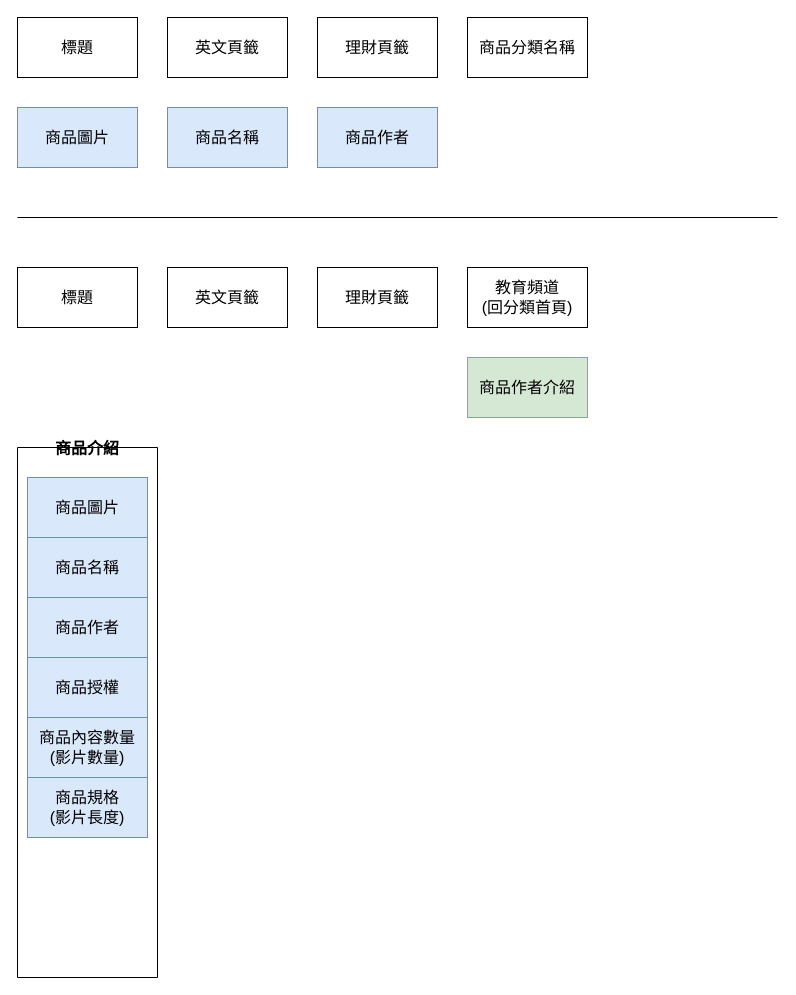
Cadmus-design/Diagrams keeps this draw.io diagram as 知識_影音教學.drawio. Above is the earlier version. Source tidied: cells renumbered, new cells numbered last; positions are measured from the earlier drawing's top-left corner, leaving out a move shared by most shapes. Both pictures are drawn from the tidied source at 100%, with x=0, y=0 at pixel (17, 17).
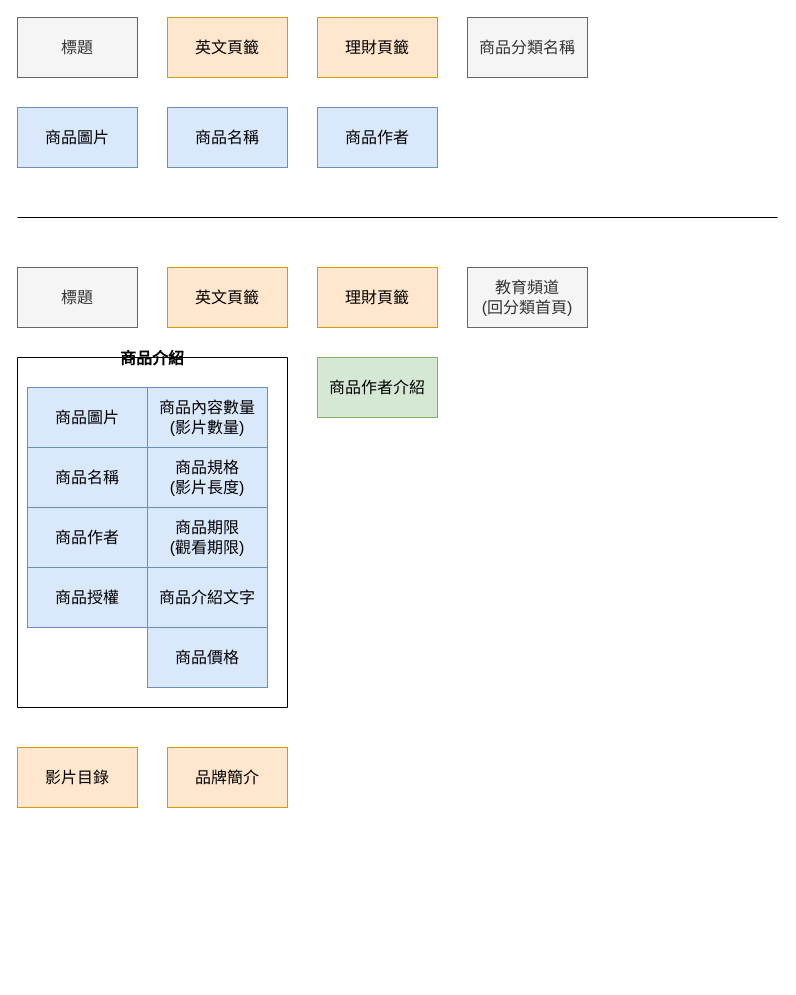
After the change.

Commit message (it also covers changes not shown here):
Update 知識_影音教學.drawio

Diff of the diagram source:
```diff
@@
-    <mxCell id="2" value="標題" style="rounded=0;whiteSpace=wrap;html=1;fontSize=16;" parent="1" vertex="1">
+    <mxCell id="2" value="標題" style="rounded=0;whiteSpace=wrap;html=1;fontSize=16;fillColor=#f5f5f5;fontColor=#333333;strokeColor=#666666;" parent="1" vertex="1">
       <mxGeometry width="120" height="60" as="geometry" />
     </mxCell>
-    <mxCell id="3" value="理財頁籤" style="rounded=0;whiteSpace=wrap;html=1;fontSize=16;" parent="1" vertex="1">
+    <mxCell id="3" value="理財頁籤" style="rounded=0;whiteSpace=wrap;html=1;fontSize=16;fillColor=#ffe6cc;strokeColor=#d79b00;" parent="1" vertex="1">
       <mxGeometry x="300" width="120" height="60" as="geometry" />
     </mxCell>
-    <mxCell id="4" value="英文頁籤" style="rounded=0;whiteSpace=wrap;html=1;fontSize=16;" parent="1" vertex="1">
+    <mxCell id="4" value="英文頁籤" style="rounded=0;whiteSpace=wrap;html=1;fontSize=16;fillColor=#ffe6cc;strokeColor=#d79b00;" parent="1" vertex="1">
       <mxGeometry x="150" width="120" height="60" as="geometry" />
     </mxCell>
-    <mxCell id="5" value="&lt;div&gt;教育頻道&lt;/div&gt;&lt;div&gt;(回分類首頁)&lt;br&gt;&lt;/div&gt;" style="rounded=0;whiteSpace=wrap;html=1;fontSize=16;" parent="1" vertex="1">
+    <mxCell id="5" value="&lt;div&gt;教育頻道&lt;/div&gt;&lt;div&gt;(回分類首頁)&lt;br&gt;&lt;/div&gt;" style="rounded=0;whiteSpace=wrap;html=1;fontSize=16;fillColor=#f5f5f5;fontColor=#333333;strokeColor=#666666;" parent="1" vertex="1">
       <mxGeometry x="450" y="250" width="120" height="60" as="geometry" />
     </mxCell>
-    <mxCell id="6" value="商品分類名稱" style="rounded=0;whiteSpace=wrap;html=1;fontSize=16;" parent="1" vertex="1">
+    <mxCell id="6" value="商品分類名稱" style="rounded=0;whiteSpace=wrap;html=1;fontSize=16;fillColor=#f5f5f5;fontColor=#333333;strokeColor=#666666;" parent="1" vertex="1">
       <mxGeometry x="450" width="120" height="60" as="geometry" />
     </mxCell>
@@
-    <mxCell id="11" value="標題" style="rounded=0;whiteSpace=wrap;html=1;fontSize=16;" parent="1" vertex="1">
+    <mxCell id="11" value="標題" style="rounded=0;whiteSpace=wrap;html=1;fontSize=16;fillColor=#f5f5f5;fontColor=#333333;strokeColor=#666666;" parent="1" vertex="1">
       <mxGeometry y="250" width="120" height="60" as="geometry" />
     </mxCell>
-    <mxCell id="12" value="理財頁籤" style="rounded=0;whiteSpace=wrap;html=1;fontSize=16;" parent="1" vertex="1">
+    <mxCell id="12" value="理財頁籤" style="rounded=0;whiteSpace=wrap;html=1;fontSize=16;fillColor=#ffe6cc;strokeColor=#d79b00;" parent="1" vertex="1">
       <mxGeometry x="300" y="250" width="120" height="60" as="geometry" />
     </mxCell>
-    <mxCell id="13" value="英文頁籤" style="rounded=0;whiteSpace=wrap;html=1;fontSize=16;" parent="1" vertex="1">
+    <mxCell id="13" value="英文頁籤" style="rounded=0;whiteSpace=wrap;html=1;fontSize=16;fillColor=#ffe6cc;strokeColor=#d79b00;" parent="1" vertex="1">
       <mxGeometry x="150" y="250" width="120" height="60" as="geometry" />
     </mxCell>
-    <mxCell id="14" value="商品作者介紹" style="rounded=0;whiteSpace=wrap;html=1;fontSize=16;fillColor=#d5e8d4;strokeColor=#82b366;" parent="1" vertex="1">
-      <mxGeometry x="450" y="340" width="120" height="60" as="geometry" />
-    </mxCell>
     <mxCell id="15" value="商品介紹" style="swimlane;startSize=0;fontSize=16;" parent="1" vertex="1">
-      <mxGeometry y="430" width="140" height="530" as="geometry" />
+      <mxGeometry y="340" width="270" height="350" as="geometry" />
     </mxCell>
@@
     <mxCell id="20" value="商品內容數量&lt;br&gt;(影片數量)" style="rounded=0;whiteSpace=wrap;html=1;fontSize=16;fillColor=#dae8fc;strokeColor=#6c8ebf;" parent="15" vertex="1">
-      <mxGeometry x="10" y="270" width="120" height="60" as="geometry" />
+      <mxGeometry x="130" y="30" width="120" height="60" as="geometry" />
     </mxCell>
     <mxCell id="21" value="&lt;div&gt;商品規格&lt;/div&gt;&lt;div&gt;(影片長度)&lt;br&gt;&lt;/div&gt;" style="rounded=0;whiteSpace=wrap;html=1;fontSize=16;fillColor=#dae8fc;strokeColor=#6c8ebf;" parent="15" vertex="1">
-      <mxGeometry x="10" y="330" width="120" height="60" as="geometry" />
+      <mxGeometry x="130" y="90" width="120" height="60" as="geometry" />
     </mxCell>
+    <mxCell id="22" value="&lt;div&gt;商品期限&lt;/div&gt;&lt;div&gt;(觀看期限)&lt;br&gt;&lt;/div&gt;" style="rounded=0;whiteSpace=wrap;html=1;fontSize=16;fillColor=#dae8fc;strokeColor=#6c8ebf;" parent="15" vertex="1">
+      <mxGeometry x="130" y="150" width="120" height="60" as="geometry" />
+    </mxCell>
+    <mxCell id="23" value="商品介紹文字" style="rounded=0;whiteSpace=wrap;html=1;fontSize=16;fillColor=#dae8fc;strokeColor=#6c8ebf;" parent="15" vertex="1">
+      <mxGeometry x="130" y="210" width="120" height="60" as="geometry" />
+    </mxCell>
+    <mxCell id="24" value="商品價格" style="rounded=0;whiteSpace=wrap;html=1;fontSize=16;fillColor=#dae8fc;strokeColor=#6c8ebf;" parent="15" vertex="1">
+      <mxGeometry x="130" y="270" width="120" height="60" as="geometry" />
+    </mxCell>
+    <mxCell id="14" value="商品作者介紹" style="rounded=0;whiteSpace=wrap;html=1;fontSize=16;fillColor=#d5e8d4;strokeColor=#82b366;" parent="1" vertex="1">
+      <mxGeometry x="300" y="340" width="120" height="60" as="geometry" />
+    </mxCell>
+    <mxCell id="25" value="品牌簡介" style="rounded=0;whiteSpace=wrap;html=1;fontSize=16;fillColor=#ffe6cc;strokeColor=#d79b00;" parent="1" vertex="1">
+      <mxGeometry x="150" y="730" width="120" height="60" as="geometry" />
+    </mxCell>
+    <mxCell id="26" value="影片目錄" style="rounded=0;whiteSpace=wrap;html=1;fontSize=16;fillColor=#ffe6cc;strokeColor=#d79b00;" parent="1" vertex="1">
+      <mxGeometry y="730" width="120" height="60" as="geometry" />
+    </mxCell>
```
